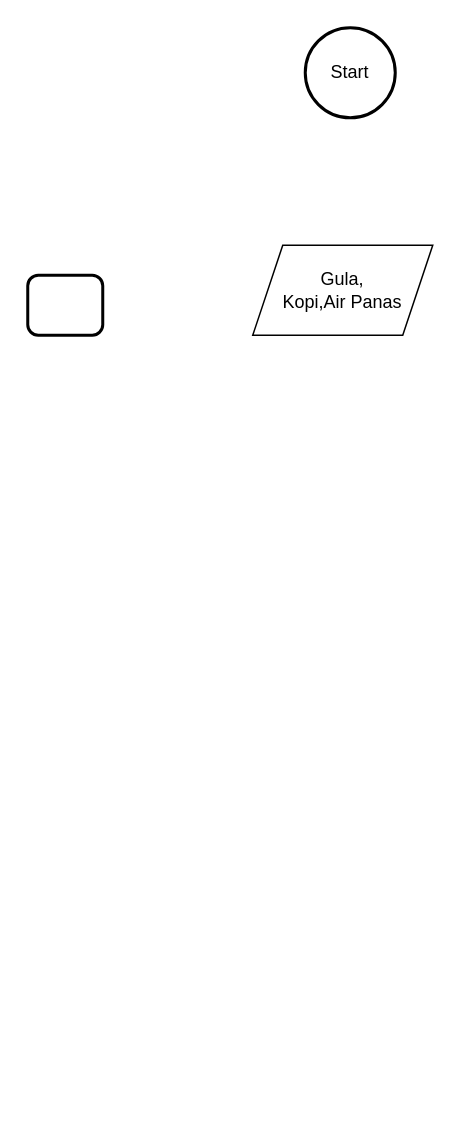
Above: dump-diagrams/tugas-diah-01.drawio in xoghub/diagrams (draw.io), before the change. Source tidied: cells renumbered, new cells numbered last; positions are measured from the earlier drawing's top-left corner, leaving out a move shared by most shapes. Both pictures are drawn from the tidied source at 150%, with x=0, y=0 at pixel (27, 27).
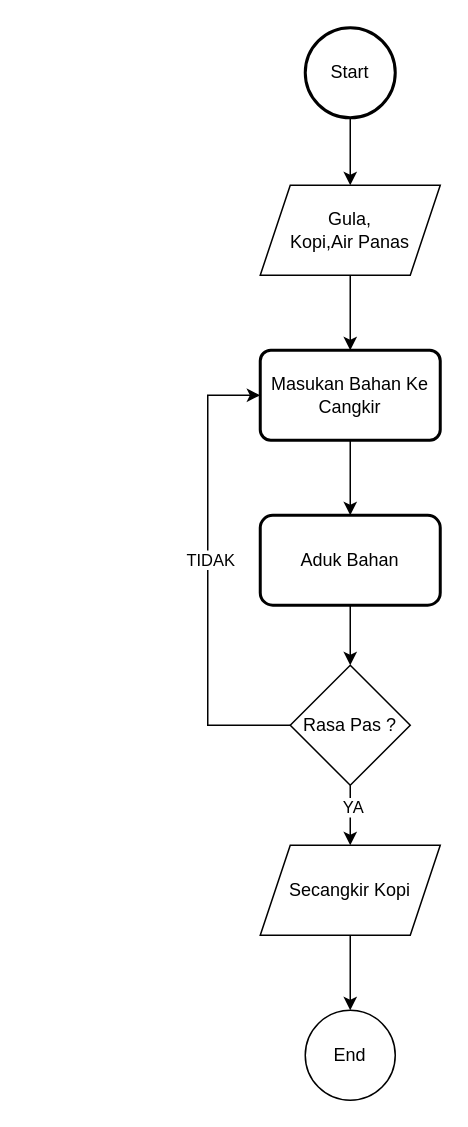
Above is the later version.

The edit, as a diff of the source:
```diff
@@
 <mxGraphModel>
   <root>
     <mxCell id="0" />
     <mxCell id="1" parent="0" />
+    <mxCell id="5" style="edgeStyle=orthogonalEdgeStyle;rounded=0;jettySize=auto;html=1;" parent="1" edge="1" source="2" target="4">
+      <mxGeometry relative="1" as="geometry" />
+    </mxCell>
     <mxCell id="2" value="Start" style="strokeWidth=2;html=1;shape=mxgraph.flowchart.start_2;whiteSpace=wrap;" parent="1" vertex="1">
       <mxGeometry x="185" width="60" height="60" as="geometry" />
     </mxCell>
+    <mxCell id="6" style="edgeStyle=orthogonalEdgeStyle;rounded=0;jettySize=auto;html=1;" parent="1" edge="1" source="3" target="9">
+      <mxGeometry relative="1" as="geometry" />
+    </mxCell>
-    <mxCell id="3" style="rounded=1;whiteSpace=wrap;html=1;absoluteArcSize=1;arcSize=14;strokeWidth=2;" parent="1" vertex="1">
-      <mxGeometry y="165" width="50" height="40" as="geometry" />
+    <mxCell id="3" value="Masukan Bahan Ke Cangkir" style="rounded=1;whiteSpace=wrap;html=1;absoluteArcSize=1;arcSize=14;strokeWidth=2;" parent="1" vertex="1">
+      <mxGeometry x="155" y="215" width="120" height="60" as="geometry" />
     </mxCell>
+    <mxCell id="7" style="edgeStyle=orthogonalEdgeStyle;rounded=0;jettySize=auto;html=1;" parent="1" edge="1" source="4" target="3">
+      <mxGeometry relative="1" as="geometry" />
+    </mxCell>
     <mxCell id="4" value="Gula,&lt;br style=&quot;border-color: var(--border-color); text-align: right;&quot;&gt;&lt;div style=&quot;border-color: var(--border-color); text-align: right;&quot;&gt;&lt;span style=&quot;border-color: var(--border-color); background-color: initial;&quot;&gt;Kopi,&lt;/span&gt;&lt;span style=&quot;border-color: var(--border-color); background-color: initial;&quot;&gt;Air Panas&lt;/span&gt;&lt;/div&gt;" style="shape=parallelogram;perimeter=parallelogramPerimeter;whiteSpace=wrap;html=1;fixedSize=1;" parent="1" vertex="1">
-      <mxGeometry x="150" y="145" width="120" height="60" as="geometry" />
+      <mxGeometry x="155" y="105" width="120" height="60" as="geometry" />
     </mxCell>
+    <mxCell id="8" style="edgeStyle=orthogonalEdgeStyle;rounded=0;jettySize=auto;html=1;" parent="1" edge="1" source="9" target="14">
+      <mxGeometry relative="1" as="geometry" />
+    </mxCell>
+    <mxCell id="9" value="Aduk Bahan" style="whiteSpace=wrap;html=1;rounded=1;arcSize=14;strokeWidth=2;" parent="1" vertex="1">
+      <mxGeometry x="155" y="325" width="120" height="60" as="geometry" />
+    </mxCell>
+    <mxCell id="10" style="edgeStyle=orthogonalEdgeStyle;rounded=0;jettySize=auto;html=1;" parent="1" edge="1" source="14" target="16">
+      <mxGeometry relative="1" as="geometry" />
+    </mxCell>
+    <mxCell id="11" value="YA" style="edgeLabel;html=1;align=center;verticalAlign=middle;" parent="10" vertex="1">
+      <mxGeometry x="-0.3" y="1" relative="1" as="geometry" />
+    </mxCell>
+    <mxCell id="12" style="edgeStyle=orthogonalEdgeStyle;rounded=0;jettySize=auto;html=1;exitX=0;exitY=0.5;exitDx=0;exitDy=0;entryX=0;entryY=0.5;entryDx=0;entryDy=0;" parent="1" edge="1" source="14" target="3">
+      <mxGeometry relative="1" as="geometry">
+        <Array as="points">
+          <mxPoint x="120" y="465" />
+          <mxPoint x="120" y="245" />
+        </Array>
+      </mxGeometry>
+    </mxCell>
+    <mxCell id="13" value="TIDAK" style="edgeLabel;html=1;align=center;verticalAlign=middle;" parent="12" vertex="1">
+      <mxGeometry x="0.07" y="-1" relative="1" as="geometry" />
+    </mxCell>
+    <mxCell id="14" value="Rasa Pas ?" style="rhombus;whiteSpace=wrap;html=1;" parent="1" vertex="1">
+      <mxGeometry x="175" y="425" width="80" height="80" as="geometry" />
+    </mxCell>
+    <mxCell id="15" style="edgeStyle=orthogonalEdgeStyle;rounded=0;jettySize=auto;html=1;" parent="1" edge="1" source="16" target="17">
+      <mxGeometry relative="1" as="geometry" />
+    </mxCell>
+    <mxCell id="16" value="Secangkir Kopi" style="shape=parallelogram;perimeter=parallelogramPerimeter;whiteSpace=wrap;html=1;fixedSize=1;" parent="1" vertex="1">
+      <mxGeometry x="155" y="545" width="120" height="60" as="geometry" />
+    </mxCell>
+    <mxCell id="17" value="End" style="ellipse;whiteSpace=wrap;html=1;" parent="1" vertex="1">
+      <mxGeometry x="185" y="655" width="60" height="60" as="geometry" />
+    </mxCell>
   </root>
 </mxGraphModel>
```
